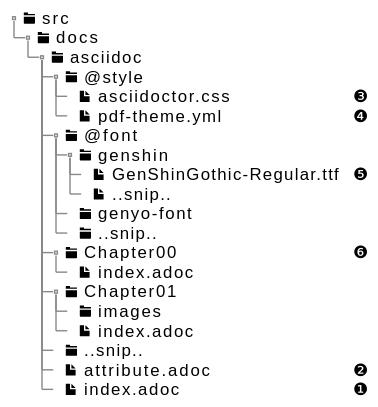
The PlantUML diagram docs/Chapter02/images/directory-structure-3.svg in h1romas4/asciidoctor-gradle-template, before a commit. Its source is kept beside it as src/docs/asciidoc/Chapter02/puml/directory-structure-3.puml.
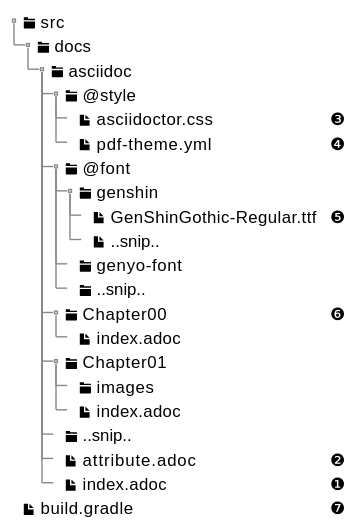
After the commit.

What changed in the source:
```diff
@@ -21,6 +21,7 @@
  ++++ <&folder> ..snip..
  ++++ <&file> attribute.adoc                | ❷
  ++++ <&file> index.adoc                    | ❶
+ + <&file> build.gradle                     | ❼
 }
 }
 @endsalt
```
